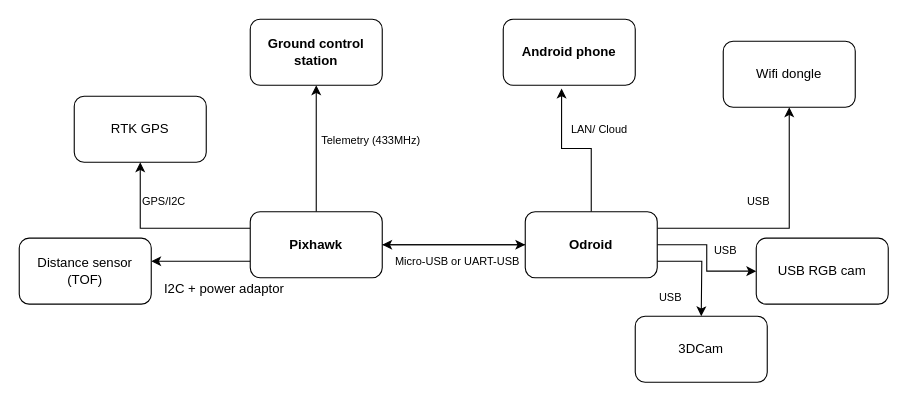
prasannawilliams/high-level-architecture keeps this draw.io diagram as Hardware Architecture.drawio. Above is the earlier version. Source tidied: cells renumbered, new cells numbered last; positions are measured from the earlier drawing's top-left corner, leaving out a move shared by most shapes. Both pictures are drawn from the tidied source at 110%, with x=0, y=0 at pixel (19, 19).
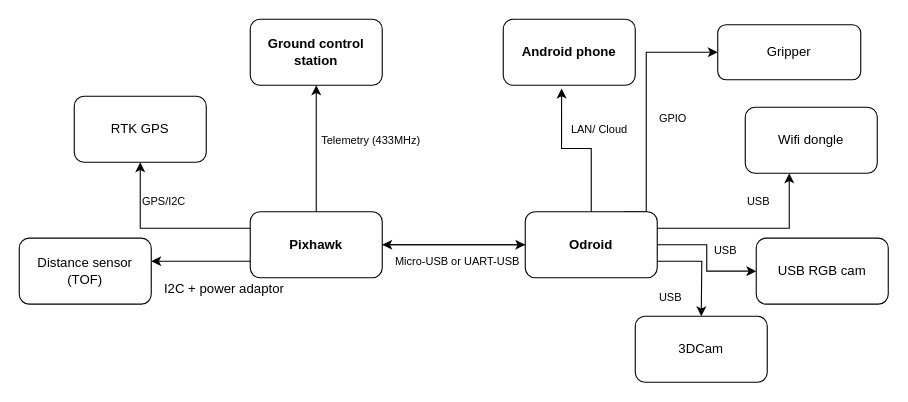
After the change.

The change refers to these unchanged cells:
```xml
<mxCell id="12" value="&lt;b&gt;Odroid&lt;/b&gt;" style="rounded=1;whiteSpace=wrap;html=1;" parent="1" vertex="1">
  <mxGeometry x="460" y="175" width="120" height="60" as="geometry" />
</mxCell>
```

Diff of the diagram source:
```diff
@@
+    <mxCell id="28" style="edgeStyle=orthogonalEdgeStyle;rounded=0;jettySize=auto;html=1;exitX=0.75;exitY=0;exitDx=0;exitDy=0;entryX=0;entryY=0.5;entryDx=0;entryDy=0;" parent="1" edge="1" source="12" target="29">
+      <mxGeometry relative="1" as="geometry">
+        <Array as="points">
+          <mxPoint x="570" y="175" />
+          <mxPoint x="570" y="30" />
+        </Array>
+      </mxGeometry>
+    </mxCell>
@@
     <mxCell id="15" value="Wifi dongle" style="rounded=1;whiteSpace=wrap;html=1;" parent="1" vertex="1">
-      <mxGeometry x="640" y="20" width="120" height="60" as="geometry" />
+      <mxGeometry x="660" y="80" width="120" height="60" as="geometry" />
     </mxCell>
@@
+    <mxCell id="29" value="Gripper" style="rounded=1;whiteSpace=wrap;html=1;" parent="1" vertex="1">
+      <mxGeometry x="635" y="5" width="130" height="50" as="geometry" />
+    </mxCell>
+    <mxCell id="30" value="&lt;font style=&quot;font-size: 10px&quot;&gt;GPIO&lt;/font&gt;" style="text;html=1;align=left;verticalAlign=top;spacingTop=-4;" parent="1" vertex="1">
+      <mxGeometry x="580" y="80" width="40" height="20" as="geometry" />
+    </mxCell>
```
